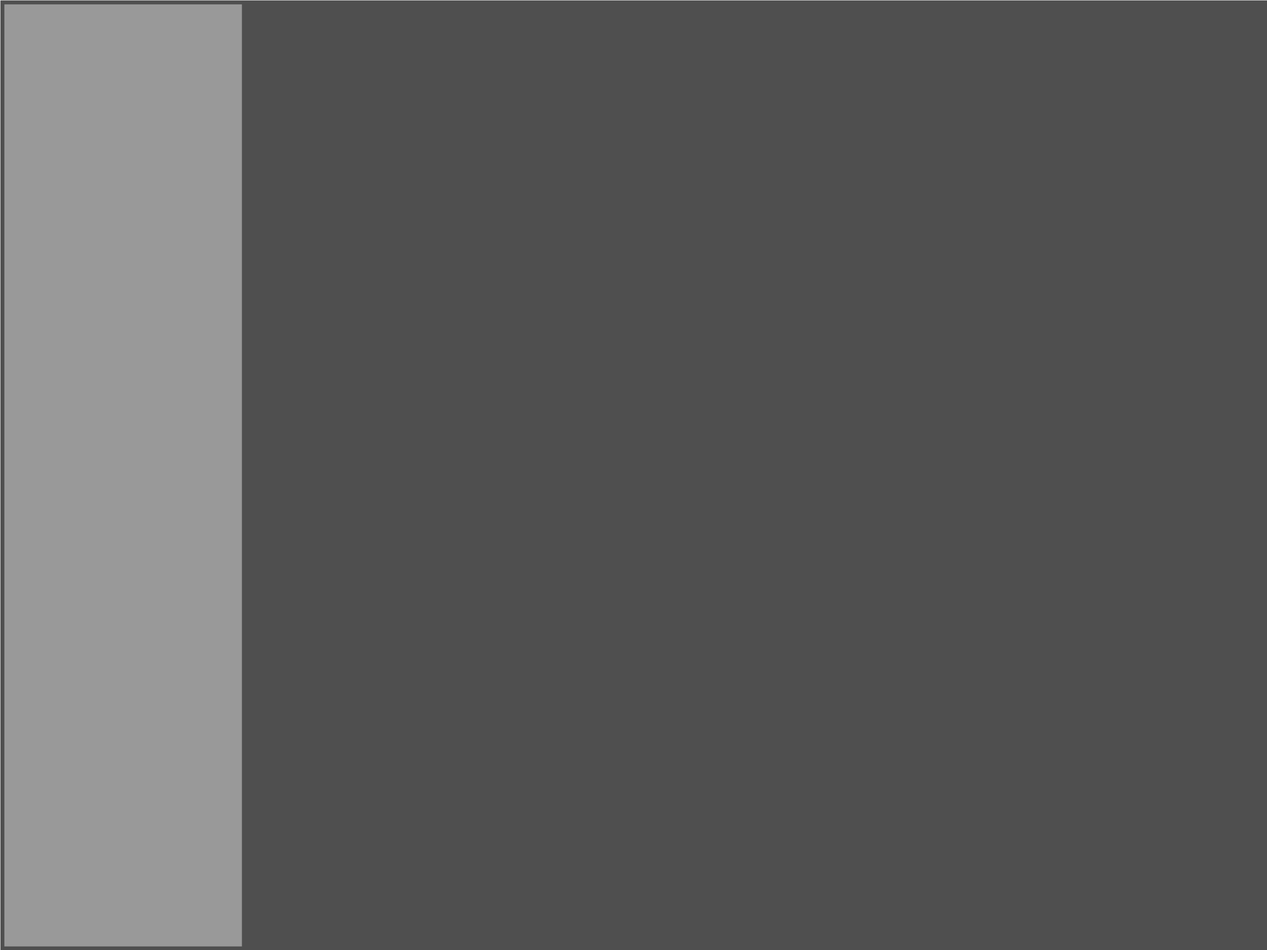
The draw.io diagram docs/ui_specification/project_page/project_page.drawio.svg in elapids-tech/gcs, before a commit. Source tidied: cells renumbered, new cells last; positions are measured from the earlier drawing's top-left corner, leaving out a move shared by most shapes.
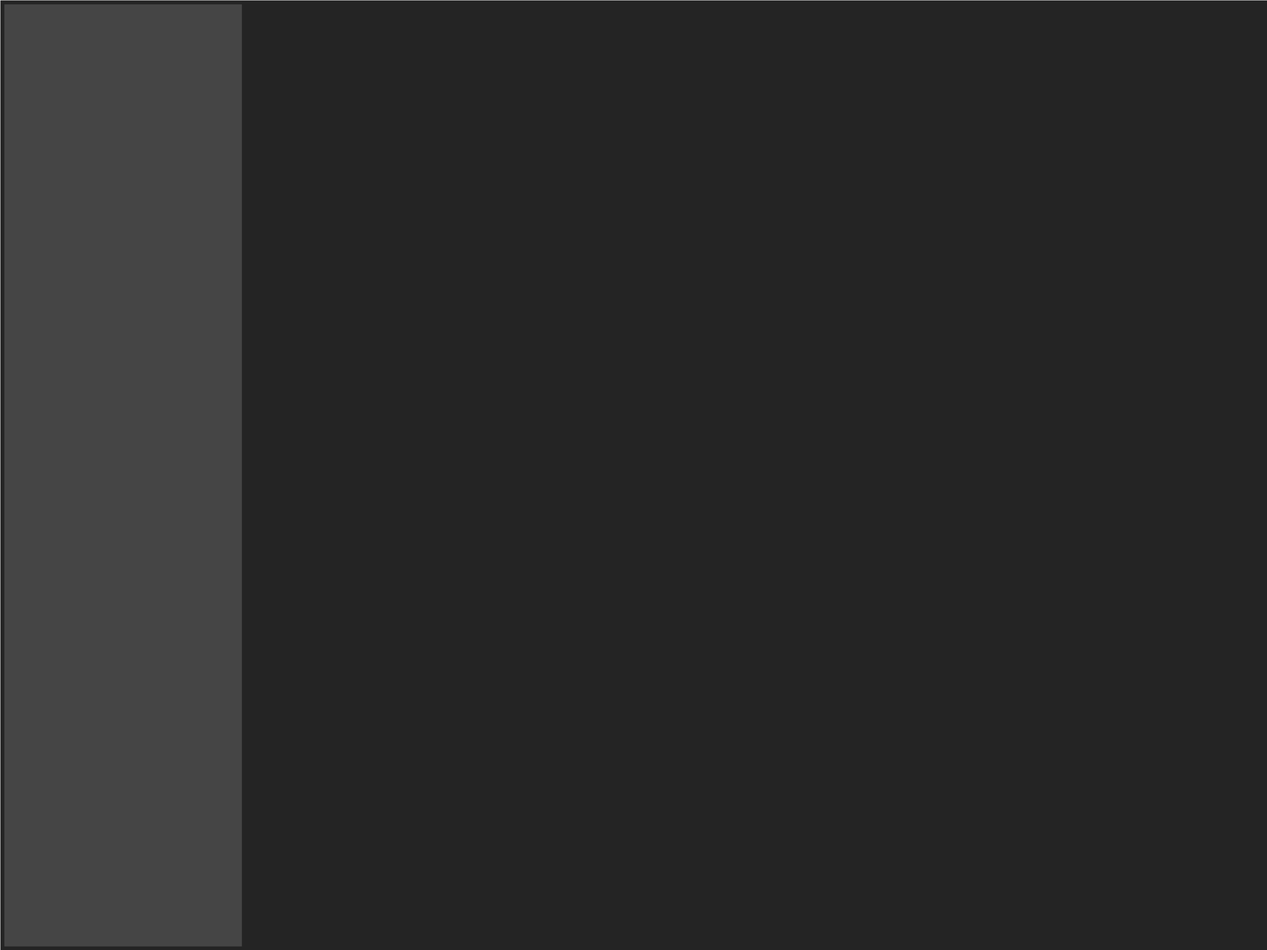
After the commit.

What changed in the source:
```diff
@@ -2,10 +2,10 @@
   <root>
     <mxCell id="0" />
     <mxCell id="1" parent="0" />
-    <mxCell id="2" style="rounded=0;whiteSpace=wrap;html=1;strokeColor=none;fillColor=#4F4F4F;" parent="1" vertex="1">
+    <mxCell id="2" style="rounded=0;whiteSpace=wrap;html=1;strokeColor=none;fillColor=#242424;" parent="1" vertex="1">
       <mxGeometry width="1600" height="1200" as="geometry" />
     </mxCell>
-    <mxCell id="3" style="rounded=0;whiteSpace=wrap;html=1;strokeColor=none;fillColor=#999999;" parent="1" vertex="1">
+    <mxCell id="3" style="rounded=0;whiteSpace=wrap;html=1;strokeColor=none;fillColor=#454545;" parent="1" vertex="1">
       <mxGeometry x="5" y="5" width="300" height="1190" as="geometry" />
     </mxCell>
   </root>
```
